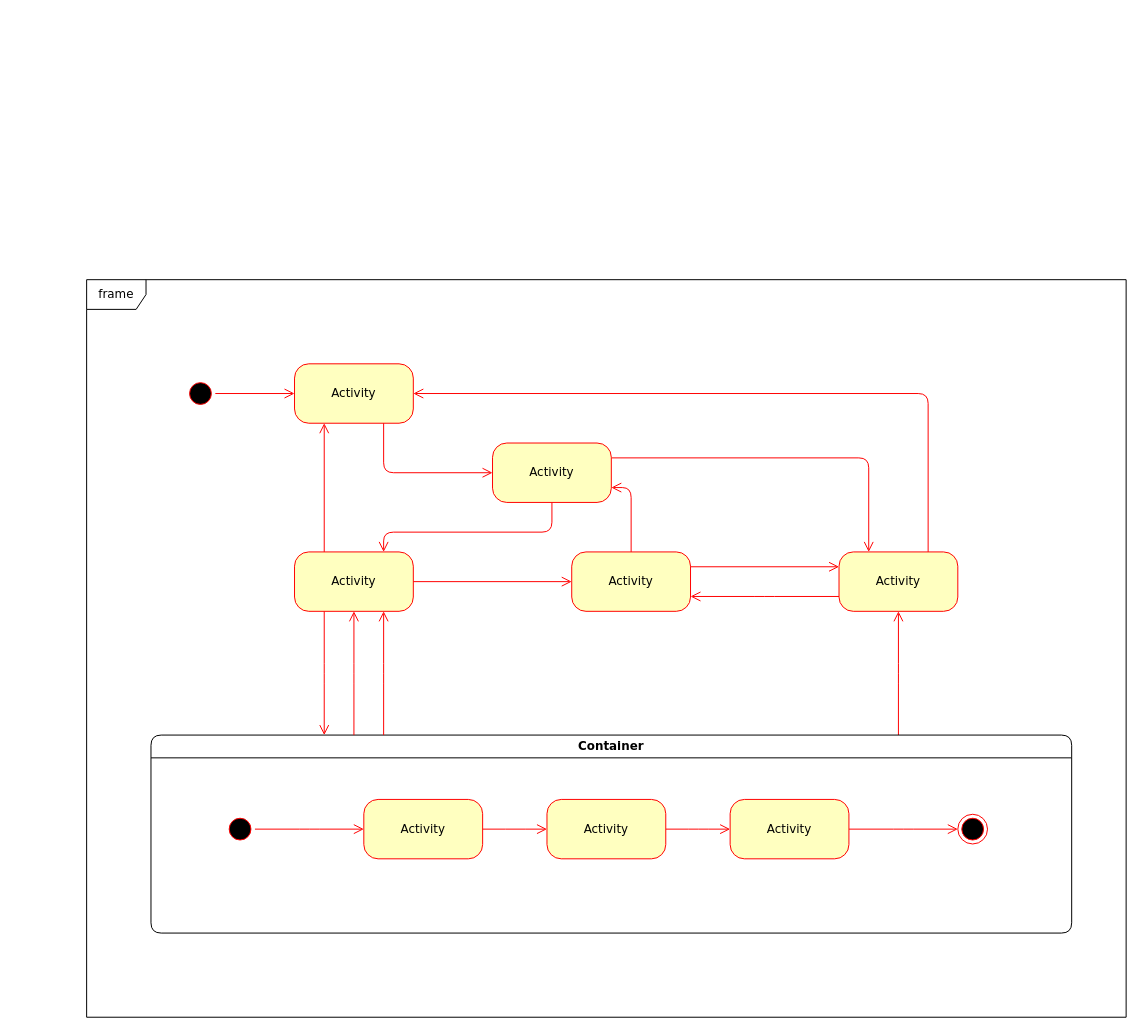
uvic-teach/project-m1-team8 keeps this draw.io diagram as Drawio/Untitled Diagram.drawio. Above is the earlier version. Source tidied: cells renumbered, new cells numbered last; positions are measured from the earlier drawing's top-left corner, leaving out a move shared by most shapes. Both pictures are drawn from the tidied source at 99%, with x=0, y=0 at pixel (86, 279).
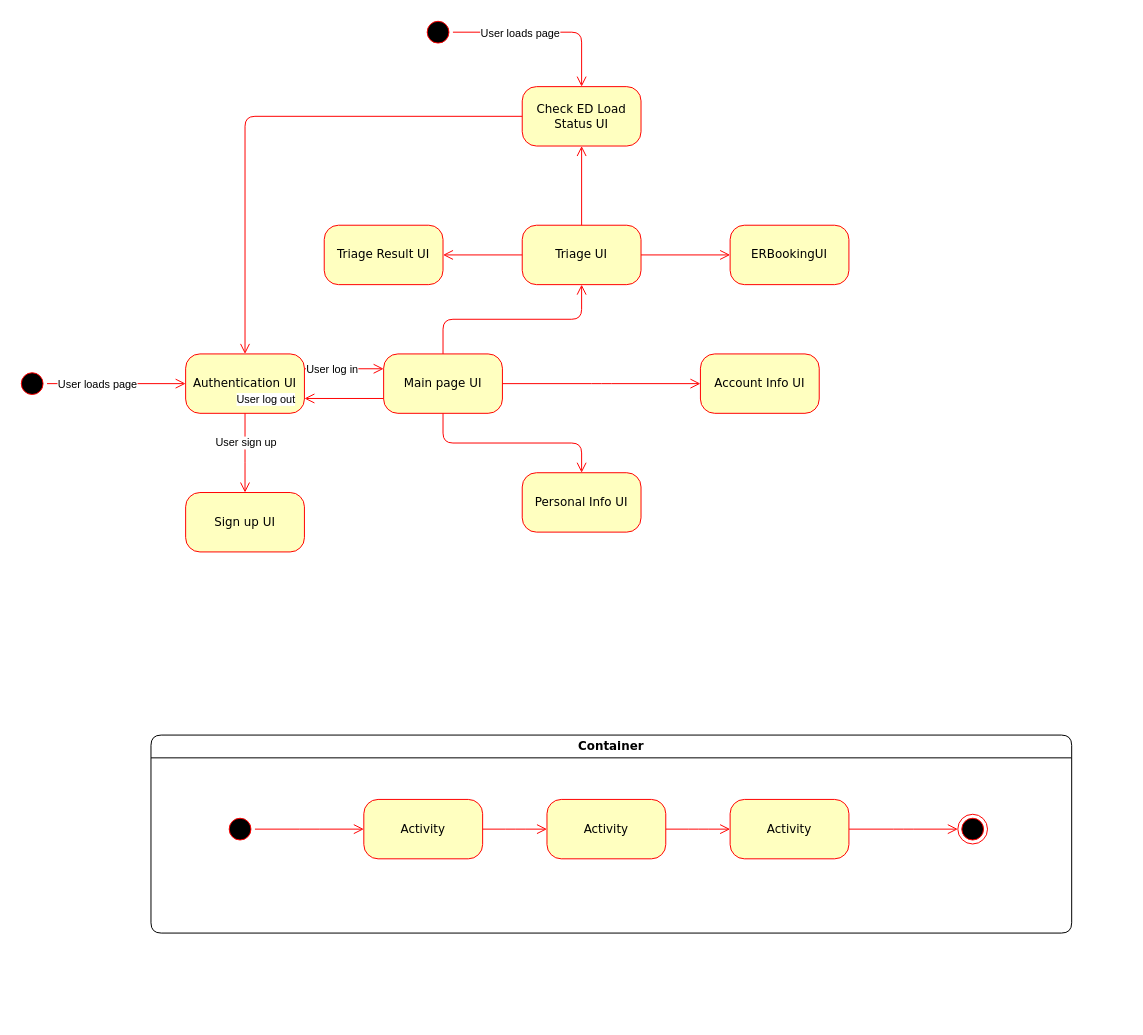
The same page after the edit.

The change refers to these unchanged cells:
```xml
<mxCell id="12" value="Container" style="swimlane;whiteSpace=wrap;html=1;rounded=1;shadow=0;comic=0;labelBackgroundColor=none;strokeWidth=1;fontFamily=Verdana;fontSize=12;align=center;" parent="1" vertex="1">
  <mxGeometry x="65" y="460" width="930" height="200" as="geometry" />
</mxCell>
<mxCell id="23" style="edgeStyle=orthogonalEdgeStyle;html=1;labelBackgroundColor=none;endArrow=open;endSize=8;strokeColor=#ff0000;fontFamily=Verdana;fontSize=12;align=left;" parent="1" edge="1" source="2" target="4">
  <mxGeometry relative="1" as="geometry" />
</mxCell>
```

Change to the diagram source:
```diff
@@
     <mxCell id="2" style="ellipse;html=1;shape=startState;fillColor=#000000;strokeColor=#ff0000;rounded=1;shadow=0;comic=0;labelBackgroundColor=none;fontFamily=Verdana;fontSize=12;fontColor=#000000;align=center;direction=south;" parent="1" vertex="1">
-      <mxGeometry x="100" y="100" width="30" height="30" as="geometry" />
+      <mxGeometry x="-70" y="90" width="30" height="30" as="geometry" />
     </mxCell>
-    <mxCell id="3" value="Activity" style="rounded=1;whiteSpace=wrap;html=1;arcSize=24;fillColor=#ffffc0;strokeColor=#ff0000;shadow=0;comic=0;labelBackgroundColor=none;fontFamily=Verdana;fontSize=12;fontColor=#000000;align=center;" parent="1" vertex="1">
-      <mxGeometry x="210" y="275" width="120" height="60" as="geometry" />
-    </mxCell>
-    <mxCell id="4" value="Activity" style="rounded=1;whiteSpace=wrap;html=1;arcSize=24;fillColor=#ffffc0;strokeColor=#ff0000;shadow=0;comic=0;labelBackgroundColor=none;fontFamily=Verdana;fontSize=12;fontColor=#000000;align=center;" parent="1" vertex="1">
-      <mxGeometry x="210" y="85" width="120" height="60" as="geometry" />
+    <mxCell id="4" value="Authentication UI" style="rounded=1;whiteSpace=wrap;html=1;arcSize=24;fillColor=#ffffc0;strokeColor=#ff0000;shadow=0;comic=0;labelBackgroundColor=none;fontFamily=Verdana;fontSize=12;fontColor=#000000;align=center;" parent="1" vertex="1">
+      <mxGeometry x="100" y="75" width="120" height="60" as="geometry" />
     </mxCell>
-    <mxCell id="5" style="edgeStyle=orthogonalEdgeStyle;html=1;exitX=1;exitY=0.25;entryX=0.25;entryY=0;labelBackgroundColor=none;endArrow=open;endSize=8;strokeColor=#ff0000;fontFamily=Verdana;fontSize=12;align=left;" parent="1" edge="1" source="6" target="9">
-      <mxGeometry relative="1" as="geometry" />
-    </mxCell>
-    <mxCell id="6" value="Activity" style="rounded=1;whiteSpace=wrap;html=1;arcSize=24;fillColor=#ffffc0;strokeColor=#ff0000;shadow=0;comic=0;labelBackgroundColor=none;fontFamily=Verdana;fontSize=12;fontColor=#000000;align=center;" parent="1" vertex="1">
-      <mxGeometry x="410" y="165" width="120" height="60" as="geometry" />
-    </mxCell>
-    <mxCell id="7" style="edgeStyle=orthogonalEdgeStyle;html=1;exitX=0.75;exitY=0;entryX=1;entryY=0.5;labelBackgroundColor=none;endArrow=open;endSize=8;strokeColor=#ff0000;fontFamily=Verdana;fontSize=12;align=left;" parent="1" edge="1" source="9" target="4">
-      <mxGeometry relative="1" as="geometry">
-        <Array as="points">
-          <mxPoint x="850" y="115" />
-        </Array>
-      </mxGeometry>
-    </mxCell>
-    <mxCell id="8" style="edgeStyle=elbowEdgeStyle;html=1;exitX=0;exitY=0.75;entryX=1;entryY=0.75;labelBackgroundColor=none;endArrow=open;endSize=8;strokeColor=#ff0000;fontFamily=Verdana;fontSize=12;align=left;" parent="1" edge="1" source="9" target="10">
-      <mxGeometry relative="1" as="geometry" />
-    </mxCell>
-    <mxCell id="9" value="Activity" style="rounded=1;whiteSpace=wrap;html=1;arcSize=24;fillColor=#ffffc0;strokeColor=#ff0000;shadow=0;comic=0;labelBackgroundColor=none;fontFamily=Verdana;fontSize=12;fontColor=#000000;align=center;" parent="1" vertex="1">
-      <mxGeometry x="760" y="275" width="120" height="60" as="geometry" />
-    </mxCell>
-    <mxCell id="10" value="Activity" style="rounded=1;whiteSpace=wrap;html=1;arcSize=24;fillColor=#ffffc0;strokeColor=#ff0000;shadow=0;comic=0;labelBackgroundColor=none;fontFamily=Verdana;fontSize=12;fontColor=#000000;align=center;" parent="1" vertex="1">
-      <mxGeometry x="490" y="275" width="120" height="60" as="geometry" />
-    </mxCell>
-    <mxCell id="11" style="edgeStyle=elbowEdgeStyle;html=1;labelBackgroundColor=none;endArrow=open;endSize=8;strokeColor=#ff0000;fontFamily=Verdana;fontSize=12;align=left;" parent="1" edge="1" source="12" target="9">
-      <mxGeometry relative="1" as="geometry" />
-    </mxCell>
@@
-    <mxCell id="22" value="frame" style="shape=umlFrame;whiteSpace=wrap;html=1;rounded=1;shadow=0;comic=0;labelBackgroundColor=none;strokeWidth=1;fontFamily=Verdana;fontSize=12;align=center;" parent="1" vertex="1">
-      <mxGeometry width="1050" height="745" as="geometry" />
-    </mxCell>
@@
-    <mxCell id="24" style="edgeStyle=orthogonalEdgeStyle;html=1;labelBackgroundColor=none;endArrow=open;endSize=8;strokeColor=#ff0000;fontFamily=Verdana;fontSize=12;align=left;entryX=0;entryY=0.5;" parent="1" edge="1" source="4" target="6">
-      <mxGeometry relative="1" as="geometry">
-        <Array as="points">
-          <mxPoint x="300" y="195" />
-        </Array>
-      </mxGeometry>
-    </mxCell>
-    <mxCell id="25" style="edgeStyle=orthogonalEdgeStyle;html=1;entryX=0.75;entryY=0;labelBackgroundColor=none;endArrow=open;endSize=8;strokeColor=#ff0000;fontFamily=Verdana;fontSize=12;align=left;exitX=0.5;exitY=1;" parent="1" edge="1" source="6" target="3">
-      <mxGeometry relative="1" as="geometry">
-        <Array as="points">
-          <mxPoint x="470" y="255" />
-          <mxPoint x="300" y="255" />
-        </Array>
-      </mxGeometry>
-    </mxCell>
-    <mxCell id="26" style="edgeStyle=orthogonalEdgeStyle;html=1;exitX=0.25;exitY=0;entryX=0.25;entryY=1;labelBackgroundColor=none;endArrow=open;endSize=8;strokeColor=#ff0000;fontFamily=Verdana;fontSize=12;align=left;" parent="1" edge="1" source="3" target="4">
-      <mxGeometry relative="1" as="geometry" />
-    </mxCell>
-    <mxCell id="27" style="edgeStyle=orthogonalEdgeStyle;html=1;exitX=1;exitY=0.5;entryX=0;entryY=0.5;labelBackgroundColor=none;endArrow=open;endSize=8;strokeColor=#ff0000;fontFamily=Verdana;fontSize=12;align=left;" parent="1" edge="1" source="3" target="10">
-      <mxGeometry relative="1" as="geometry" />
-    </mxCell>
-    <mxCell id="28" style="edgeStyle=orthogonalEdgeStyle;html=1;exitX=0.5;exitY=0;entryX=1;entryY=0.75;labelBackgroundColor=none;endArrow=open;endSize=8;strokeColor=#ff0000;fontFamily=Verdana;fontSize=12;align=left;" parent="1" edge="1" source="10" target="6">
-      <mxGeometry relative="1" as="geometry" />
-    </mxCell>
-    <mxCell id="29" style="edgeStyle=orthogonalEdgeStyle;html=1;exitX=1;exitY=0.25;entryX=0;entryY=0.25;labelBackgroundColor=none;endArrow=open;endSize=8;strokeColor=#ff0000;fontFamily=Verdana;fontSize=12;align=left;" parent="1" edge="1" source="10" target="9">
-      <mxGeometry relative="1" as="geometry" />
-    </mxCell>
-    <mxCell id="30" style="edgeStyle=elbowEdgeStyle;html=1;labelBackgroundColor=none;endArrow=open;endSize=8;strokeColor=#ff0000;fontFamily=Verdana;fontSize=12;align=left;entryX=0.75;entryY=1;" parent="1" edge="1" source="12" target="3">
-      <mxGeometry relative="1" as="geometry" />
-    </mxCell>
-    <mxCell id="31" style="edgeStyle=elbowEdgeStyle;html=1;labelBackgroundColor=none;endArrow=open;endSize=8;strokeColor=#ff0000;fontFamily=Verdana;fontSize=12;align=left;entryX=0.5;entryY=1;" parent="1" edge="1" source="12" target="3">
-      <mxGeometry relative="1" as="geometry" />
-    </mxCell>
-    <mxCell id="32" style="edgeStyle=elbowEdgeStyle;html=1;labelBackgroundColor=none;endArrow=open;endSize=8;strokeColor=#ff0000;fontFamily=Verdana;fontSize=12;align=left;exitX=0.25;exitY=1;" parent="1" edge="1" source="3" target="12">
-      <mxGeometry relative="1" as="geometry" />
-    </mxCell>
+    <mxCell id="33" value="User loads page" style="edgeLabel;html=1;align=center;verticalAlign=middle;" parent="23" vertex="1">
+      <mxGeometry x="-0.28" relative="1" as="geometry" />
+    </mxCell>
+    <mxCell id="34" style="edgeStyle=orthogonalEdgeStyle;html=1;labelBackgroundColor=none;endArrow=open;endSize=8;strokeColor=#ff0000;fontFamily=Verdana;fontSize=12;align=left;exitX=1;exitY=0.25;exitDx=0;exitDy=0;entryX=0;entryY=0.25;entryDx=0;entryDy=0;" parent="1" edge="1" source="4" target="40">
+      <mxGeometry relative="1" as="geometry" />
+    </mxCell>
+    <mxCell id="35" value="User log in" style="edgeLabel;html=1;align=center;verticalAlign=middle;" parent="34" vertex="1">
+      <mxGeometry x="-0.32" relative="1" as="geometry" />
+    </mxCell>
+    <mxCell id="36" style="edgeStyle=orthogonalEdgeStyle;html=1;labelBackgroundColor=none;endArrow=open;endSize=8;strokeColor=#ff0000;fontFamily=Verdana;fontSize=12;align=left;entryX=1;entryY=0.75;entryDx=0;entryDy=0;exitX=0;exitY=0.75;exitDx=0;exitDy=0;" parent="1" edge="1" source="40" target="4">
+      <mxGeometry relative="1" as="geometry" />
+    </mxCell>
+    <mxCell id="37" value="User log out" style="edgeLabel;html=1;align=center;verticalAlign=middle;" parent="36" vertex="1">
+      <mxGeometry x="-0.28" relative="1" as="geometry">
+        <mxPoint x="-91" as="offset" />
+      </mxGeometry>
+    </mxCell>
+    <mxCell id="38" style="edgeStyle=orthogonalEdgeStyle;html=1;labelBackgroundColor=none;endArrow=open;endSize=8;strokeColor=#ff0000;fontFamily=Verdana;fontSize=12;align=left;exitX=0.5;exitY=1;exitDx=0;exitDy=0;" parent="1" edge="1" source="4">
+      <mxGeometry relative="1" as="geometry">
+        <mxPoint x="160" y="215" as="targetPoint" />
+      </mxGeometry>
+    </mxCell>
+    <mxCell id="39" value="User sign up" style="edgeLabel;html=1;align=center;verticalAlign=middle;" parent="38" vertex="1">
+      <mxGeometry x="-0.28" relative="1" as="geometry" />
+    </mxCell>
+    <mxCell id="40" value="Main page UI" style="rounded=1;whiteSpace=wrap;html=1;arcSize=24;fillColor=#ffffc0;strokeColor=#ff0000;shadow=0;comic=0;labelBackgroundColor=none;fontFamily=Verdana;fontSize=12;fontColor=#000000;align=center;" parent="1" vertex="1">
+      <mxGeometry x="300" y="75" width="120" height="60" as="geometry" />
+    </mxCell>
+    <mxCell id="41" style="edgeStyle=orthogonalEdgeStyle;html=1;labelBackgroundColor=none;endArrow=open;endSize=8;strokeColor=#ff0000;fontFamily=Verdana;fontSize=12;align=left;exitX=0.5;exitY=0;exitDx=0;exitDy=0;entryX=0.5;entryY=1;entryDx=0;entryDy=0;" parent="1" edge="1" source="40" target="43">
+      <mxGeometry relative="1" as="geometry" />
+    </mxCell>
+    <mxCell id="42" style="edgeStyle=orthogonalEdgeStyle;html=1;labelBackgroundColor=none;endArrow=open;endSize=8;strokeColor=#ff0000;fontFamily=Verdana;fontSize=12;align=left;exitX=1;exitY=0.5;exitDx=0;exitDy=0;" parent="1" edge="1" source="40">
+      <mxGeometry relative="1" as="geometry">
+        <mxPoint x="620" y="105" as="targetPoint" />
+      </mxGeometry>
+    </mxCell>
+    <mxCell id="43" value="Triage UI" style="rounded=1;whiteSpace=wrap;html=1;arcSize=24;fillColor=#ffffc0;strokeColor=#ff0000;shadow=0;comic=0;labelBackgroundColor=none;fontFamily=Verdana;fontSize=12;fontColor=#000000;align=center;" parent="1" vertex="1">
+      <mxGeometry x="440" y="-55" width="120" height="60" as="geometry" />
+    </mxCell>
+    <mxCell id="44" value="Account Info UI" style="rounded=1;whiteSpace=wrap;html=1;arcSize=24;fillColor=#ffffc0;strokeColor=#ff0000;shadow=0;comic=0;labelBackgroundColor=none;fontFamily=Verdana;fontSize=12;fontColor=#000000;align=center;" parent="1" vertex="1">
+      <mxGeometry x="620" y="75" width="120" height="60" as="geometry" />
+    </mxCell>
+    <mxCell id="45" style="edgeStyle=orthogonalEdgeStyle;html=1;labelBackgroundColor=none;endArrow=open;endSize=8;strokeColor=#ff0000;fontFamily=Verdana;fontSize=12;align=left;exitX=1;exitY=0.5;exitDx=0;exitDy=0;entryX=0;entryY=0.5;entryDx=0;entryDy=0;" parent="1" edge="1" source="43" target="46">
+      <mxGeometry relative="1" as="geometry" />
+    </mxCell>
+    <mxCell id="46" value="ERBookingUI" style="rounded=1;whiteSpace=wrap;html=1;arcSize=24;fillColor=#ffffc0;strokeColor=#ff0000;shadow=0;comic=0;labelBackgroundColor=none;fontFamily=Verdana;fontSize=12;fontColor=#000000;align=center;" parent="1" vertex="1">
+      <mxGeometry x="650" y="-55" width="120" height="60" as="geometry" />
+    </mxCell>
+    <mxCell id="47" style="edgeStyle=orthogonalEdgeStyle;html=1;labelBackgroundColor=none;endArrow=open;endSize=8;strokeColor=#ff0000;fontFamily=Verdana;fontSize=12;align=left;entryX=0.5;entryY=1;entryDx=0;entryDy=0;exitX=0.5;exitY=0;exitDx=0;exitDy=0;" parent="1" edge="1" source="43" target="48">
+      <mxGeometry relative="1" as="geometry" />
+    </mxCell>
+    <mxCell id="48" value="Check ED Load Status UI" style="rounded=1;whiteSpace=wrap;html=1;arcSize=24;fillColor=#ffffc0;strokeColor=#ff0000;shadow=0;comic=0;labelBackgroundColor=none;fontFamily=Verdana;fontSize=12;fontColor=#000000;align=center;" parent="1" vertex="1">
+      <mxGeometry x="440" y="-195" width="120" height="60" as="geometry" />
+    </mxCell>
+    <mxCell id="49" value="Triage Result UI" style="rounded=1;whiteSpace=wrap;html=1;arcSize=24;fillColor=#ffffc0;strokeColor=#ff0000;shadow=0;comic=0;labelBackgroundColor=none;fontFamily=Verdana;fontSize=12;fontColor=#000000;align=center;" parent="1" vertex="1">
+      <mxGeometry x="240" y="-55" width="120" height="60" as="geometry" />
+    </mxCell>
+    <mxCell id="50" style="edgeStyle=orthogonalEdgeStyle;html=1;labelBackgroundColor=none;endArrow=open;endSize=8;strokeColor=#ff0000;fontFamily=Verdana;fontSize=12;align=left;entryX=1;entryY=0.5;entryDx=0;entryDy=0;exitX=0;exitY=0.5;exitDx=0;exitDy=0;" parent="1" edge="1" source="43" target="49">
+      <mxGeometry relative="1" as="geometry" />
+    </mxCell>
+    <mxCell id="51" value="Personal Info UI" style="rounded=1;whiteSpace=wrap;html=1;arcSize=24;fillColor=#ffffc0;strokeColor=#ff0000;shadow=0;comic=0;labelBackgroundColor=none;fontFamily=Verdana;fontSize=12;fontColor=#000000;align=center;" parent="1" vertex="1">
+      <mxGeometry x="440" y="195" width="120" height="60" as="geometry" />
+    </mxCell>
+    <mxCell id="52" style="edgeStyle=orthogonalEdgeStyle;html=1;labelBackgroundColor=none;endArrow=open;endSize=8;strokeColor=#ff0000;fontFamily=Verdana;fontSize=12;align=left;exitX=0.5;exitY=1;exitDx=0;exitDy=0;entryX=0.5;entryY=0;entryDx=0;entryDy=0;" parent="1" edge="1" source="40" target="51">
+      <mxGeometry relative="1" as="geometry" />
+    </mxCell>
+    <mxCell id="53" style="edgeStyle=orthogonalEdgeStyle;html=1;labelBackgroundColor=none;endArrow=open;endSize=8;strokeColor=#ff0000;fontFamily=Verdana;fontSize=12;align=left;entryX=0.5;entryY=0;entryDx=0;entryDy=0;exitX=0;exitY=0.5;exitDx=0;exitDy=0;" parent="1" edge="1" source="48" target="4">
+      <mxGeometry relative="1" as="geometry" />
+    </mxCell>
+    <mxCell id="54" style="ellipse;html=1;shape=startState;fillColor=#000000;strokeColor=#ff0000;rounded=1;shadow=0;comic=0;labelBackgroundColor=none;fontFamily=Verdana;fontSize=12;fontColor=#000000;align=center;direction=south;" parent="1" vertex="1">
+      <mxGeometry x="340" y="-265" width="30" height="30" as="geometry" />
+    </mxCell>
+    <mxCell id="55" style="edgeStyle=orthogonalEdgeStyle;html=1;labelBackgroundColor=none;endArrow=open;endSize=8;strokeColor=#ff0000;fontFamily=Verdana;fontSize=12;align=left;entryX=0.5;entryY=0;entryDx=0;entryDy=0;" parent="1" edge="1" source="54" target="48">
+      <mxGeometry relative="1" as="geometry" />
+    </mxCell>
+    <mxCell id="56" value="User loads page" style="edgeLabel;html=1;align=center;verticalAlign=middle;" parent="55" vertex="1">
+      <mxGeometry x="-0.28" relative="1" as="geometry" />
+    </mxCell>
+    <mxCell id="57" value="Sign up UI" style="rounded=1;whiteSpace=wrap;html=1;arcSize=24;fillColor=#ffffc0;strokeColor=#ff0000;shadow=0;comic=0;labelBackgroundColor=none;fontFamily=Verdana;fontSize=12;fontColor=#000000;align=center;" parent="1" vertex="1">
+      <mxGeometry x="100" y="215" width="120" height="60" as="geometry" />
+    </mxCell>
```
